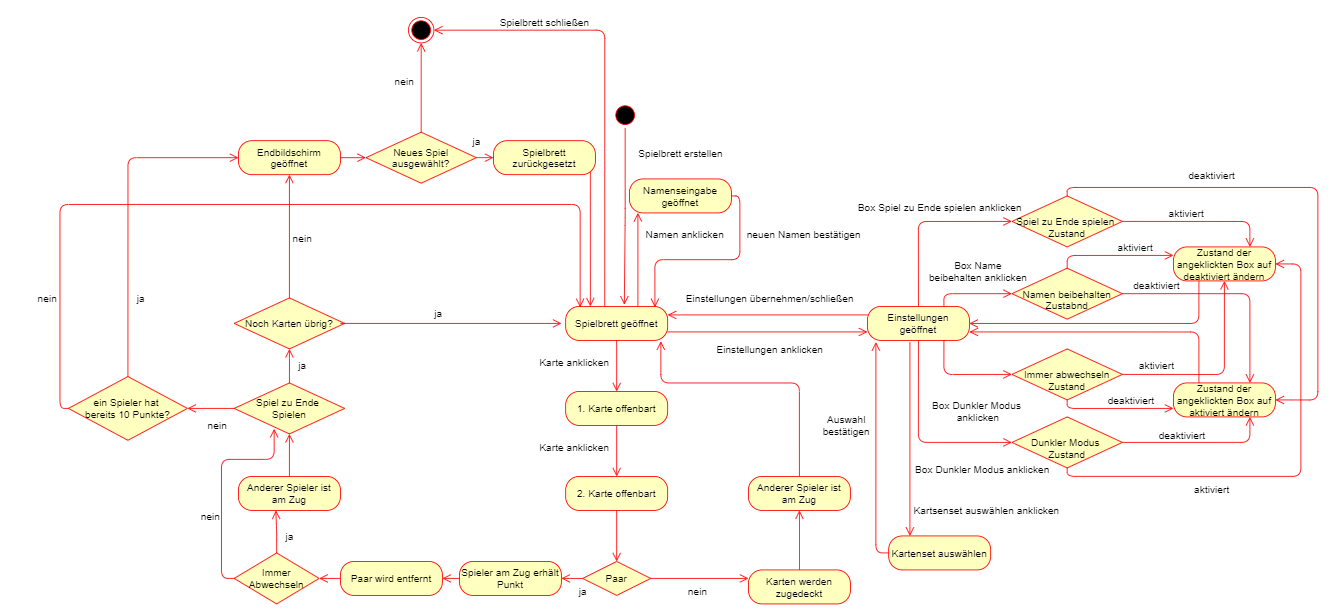
Earlier version of the draw.io export Zustandsübergangsdiagramm.png (FelixTCP/Memory). Source tidied: cells renumbered, new cells last; positions are measured from the earlier drawing's top-left corner, leaving out a move shared by most shapes.
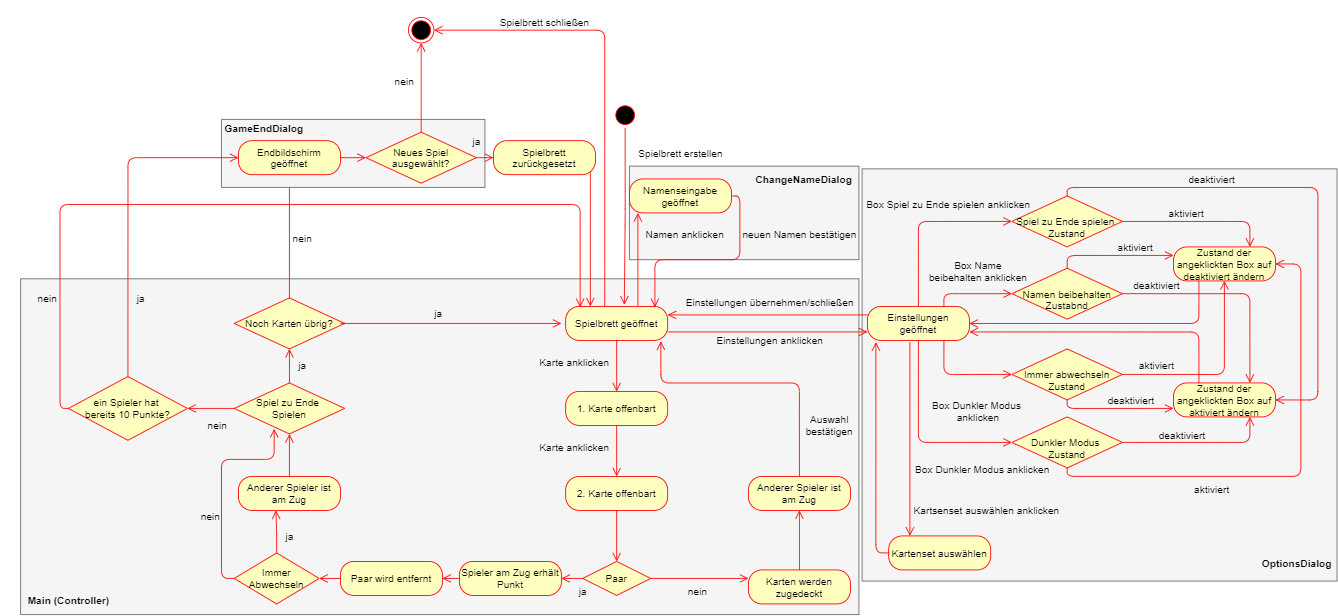
The same file after the commit.

Diff of the diagram source:
```diff
@@ -2,6 +2,15 @@
   <root>
     <mxCell id="0" />
     <mxCell id="1" parent="0" />
+    <mxCell id="107" style="rounded=0;whiteSpace=wrap;html=1;fillColor=#f5f5f5;strokeColor=#666666;fontColor=#333333;rotation=-90;" parent="1" vertex="1">
+      <mxGeometry x="820" y="115" width="110" height="270" as="geometry" />
+    </mxCell>
+    <mxCell id="108" style="rounded=0;whiteSpace=wrap;html=1;fillColor=#f5f5f5;strokeColor=#666666;fontColor=#333333;rotation=-90;" parent="1" vertex="1">
+      <mxGeometry x="1050.6" y="161.2" width="485" height="558.8" as="geometry" />
+    </mxCell>
+    <mxCell id="109" style="rounded=0;whiteSpace=wrap;html=1;fillColor=#f5f5f5;strokeColor=#666666;fontColor=#333333;rotation=-90;" parent="1" vertex="1">
+      <mxGeometry x="319.4" y="31.9" width="395" height="986.2" as="geometry" />
+    </mxCell>
     <mxCell id="2" style="ellipse;html=1;shape=startState;fillColor=#000000;strokeColor=#ff0000;" parent="1" vertex="1">
       <mxGeometry x="720" y="120" width="30" height="30" as="geometry" />
     </mxCell>
@@ -23,7 +32,7 @@
       <mxGeometry relative="1" as="geometry" />
     </mxCell>
     <mxCell id="8" value="Einstellungen anklicken " style="html=1;strokeColor=none;fillColor=none;" parent="1" vertex="1">
-      <mxGeometry x="850" y="385" width="110" height="50" as="geometry" />
+      <mxGeometry x="850" y="375" width="110" height="50" as="geometry" />
     </mxCell>
     <mxCell id="9" style="edgeStyle=orthogonalEdgeStyle;html=1;verticalAlign=bottom;endArrow=open;endSize=8;strokeColor=#ff0000;entryX=1;entryY=0.25;entryDx=0;entryDy=0;" parent="1" edge="1" target="3">
       <mxGeometry relative="1" as="geometry">
@@ -31,7 +40,7 @@
       </mxGeometry>
     </mxCell>
     <mxCell id="10" value="Einstellungen übernehmen/schließen" style="html=1;strokeColor=none;fillColor=none;" parent="1" vertex="1">
-      <mxGeometry x="850" y="325" width="110" height="50" as="geometry" />
+      <mxGeometry x="850" y="330" width="110" height="50" as="geometry" />
     </mxCell>
     <mxCell id="11" value="1. Karte offenbart" style="rounded=1;whiteSpace=wrap;html=1;arcSize=40;fontColor=#000000;fillColor=#ffffc0;strokeColor=#ff0000;" parent="1" vertex="1">
       <mxGeometry x="665" y="460" width="120" height="40" as="geometry" />
@@ -130,6 +139,9 @@
     <mxCell id="38" value="nein" style="html=1;strokeColor=none;fillColor=none;" parent="1" vertex="1">
       <mxGeometry x="210" y="482.5" width="90" height="35" as="geometry" />
     </mxCell>
+    <mxCell id="110" style="rounded=0;whiteSpace=wrap;html=1;fillColor=#f5f5f5;strokeColor=#666666;fontColor=#333333;rotation=-90;" parent="1" vertex="1">
+      <mxGeometry x="375" y="25" width="80" height="310" as="geometry" />
+    </mxCell>
     <mxCell id="39" style="edgeStyle=orthogonalEdgeStyle;html=1;verticalAlign=bottom;endArrow=open;endSize=8;strokeColor=#ff0000;entryX=0;entryY=0.5;entryDx=0;entryDy=0;exitX=0.5;exitY=0;exitDx=0;exitDy=0;" parent="1" edge="1" source="36" target="56">
       <mxGeometry relative="1" as="geometry" />
     </mxCell>
@@ -198,7 +210,7 @@
       <mxGeometry relative="1" as="geometry" />
     </mxCell>
     <mxCell id="55" value="neuen Namen bestätigen" style="html=1;strokeColor=none;fillColor=none;" parent="1" vertex="1">
-      <mxGeometry x="890" y="250" width="110" height="50" as="geometry" />
+      <mxGeometry x="885" y="250" width="110" height="50" as="geometry" />
     </mxCell>
     <mxCell id="56" value="Endbildschirm geöffnet" style="rounded=1;whiteSpace=wrap;html=1;arcSize=40;fontColor=#000000;fillColor=#ffffc0;strokeColor=#ff0000;" parent="1" vertex="1">
       <mxGeometry x="280" y="165" width="120" height="40" as="geometry" />
@@ -315,7 +327,7 @@
       <mxGeometry relative="1" as="geometry" />
     </mxCell>
     <mxCell id="88" value="Box Spiel zu Ende spielen anklicken" style="html=1;strokeColor=none;fillColor=none;" parent="1" vertex="1">
-      <mxGeometry x="1060" y="225" width="90" height="35" as="geometry" />
+      <mxGeometry x="1080" y="220" width="70" height="40" as="geometry" />
     </mxCell>
     <mxCell id="89" value="Box Dunkler Modus anklicken" style="html=1;strokeColor=none;fillColor=none;" parent="1" vertex="1">
       <mxGeometry x="1110" y="535" width="90" height="35" as="geometry" />
@@ -348,7 +360,7 @@
       <mxGeometry x="1305" y="403.5" width="110" height="50" as="geometry" />
     </mxCell>
     <mxCell id="97" value="deaktiviert" style="html=1;strokeColor=none;fillColor=none;" parent="1" vertex="1">
-      <mxGeometry x="1370" y="180" width="110" height="50" as="geometry" />
+      <mxGeometry x="1370" y="190" width="110" height="40" as="geometry" />
     </mxCell>
     <mxCell id="98" value="deaktiviert" style="html=1;strokeColor=none;fillColor=none;" parent="1" vertex="1">
       <mxGeometry x="1305" y="310" width="110" height="50" as="geometry" />
@@ -375,10 +387,22 @@
       </mxGeometry>
     </mxCell>
     <mxCell id="105" value="Auswahl&lt;br&gt;bestätigen" style="html=1;strokeColor=none;fillColor=none;" parent="1" vertex="1">
-      <mxGeometry x="940" y="475" width="110" height="50" as="geometry" />
+      <mxGeometry x="920" y="475" width="110" height="50" as="geometry" />
     </mxCell>
     <mxCell id="106" value="Kartsenset auswählen anklicken" style="html=1;strokeColor=none;fillColor=none;" parent="1" vertex="1">
       <mxGeometry x="1105" y="575" width="110" height="50" as="geometry" />
     </mxCell>
+    <mxCell id="111" value="GameEndDialog" style="html=1;strokeColor=none;fillColor=none;fontStyle=1;" parent="1" vertex="1">
+      <mxGeometry x="280" y="135" width="60" height="30" as="geometry" />
+    </mxCell>
+    <mxCell id="112" value="Main (Controller)" style="html=1;strokeColor=none;fillColor=none;fontStyle=1;" parent="1" vertex="1">
+      <mxGeometry x="50" y="690" width="60" height="30" as="geometry" />
+    </mxCell>
+    <mxCell id="113" value="OptionsDialog" style="html=1;strokeColor=none;fillColor=none;fontStyle=1;" parent="1" vertex="1">
+      <mxGeometry x="1480" y="647.5" width="90" height="30" as="geometry" />
+    </mxCell>
+    <mxCell id="114" value="&lt;b&gt;ChangeNameDialog&lt;/b&gt;" style="html=1;strokeColor=none;fillColor=none;" parent="1" vertex="1">
+      <mxGeometry x="890" y="185" width="110" height="50" as="geometry" />
+    </mxCell>
   </root>
 </mxGraphModel>
```
